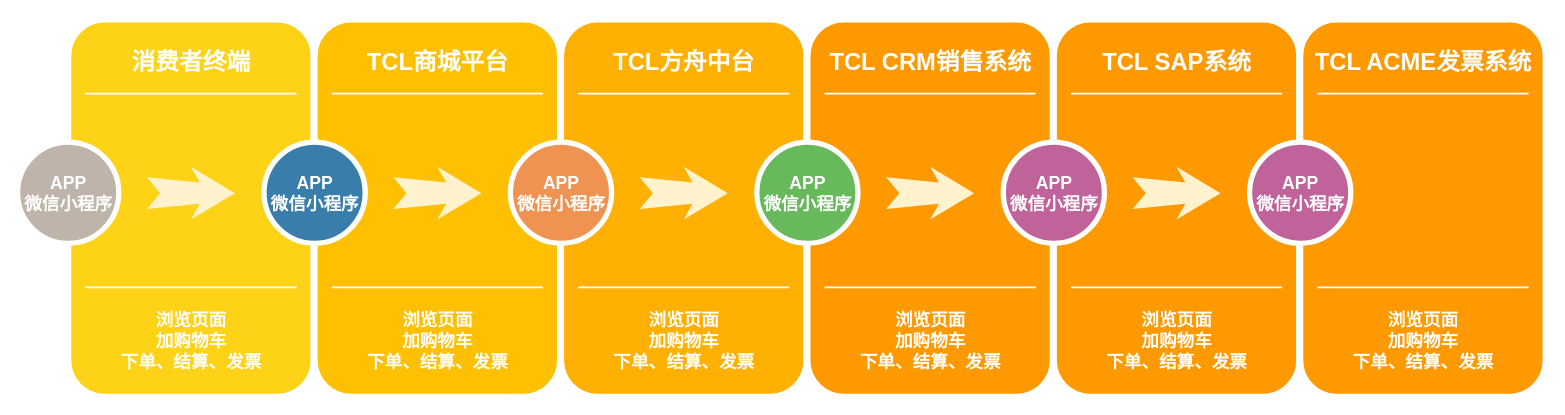
lawplus/diagrams keeps this draw.io diagram as page "Page-1" (1 of 2) of tshop/TCL之家Pro-PIA数据流转图.drawio. Above is the earlier version. Source tidied: cells renumbered, new cells numbered last; positions are measured from the earlier drawing's top-left corner, leaving out a move shared by most shapes. Both pictures are drawn from the tidied source at 88%, with x=0, y=0 at pixel (17, 18).
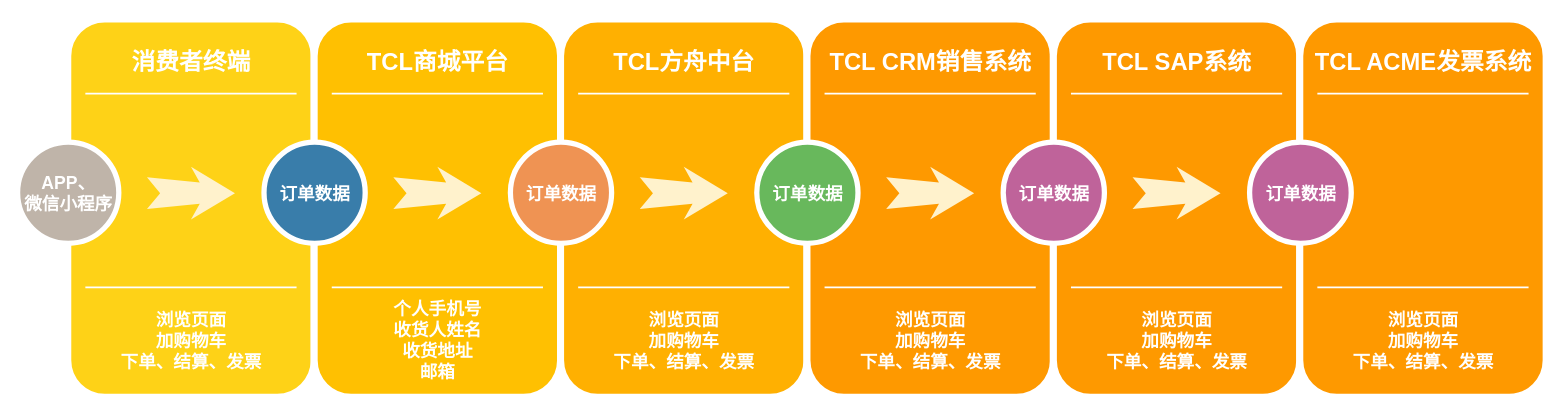
Above is the later version.

Commit message:
Update TCL之家Pro-PIA数据流转图.drawio

What changed in the source:
```diff
@@
-    <mxCell id="7" value="APP&lt;br style=&quot;font-size: 20px;&quot;&gt;微信小程序" style="ellipse;whiteSpace=wrap;html=1;rounded=0;shadow=0;strokeWidth=6;fontSize=20;align=center;fillColor=#BFB4A9;strokeColor=#FFFFFF;fontColor=#FFFFFF;fontStyle=1;" parent="1" vertex="1">
+    <mxCell id="7" value="APP、&lt;br style=&quot;font-size: 20px&quot;&gt;微信小程序" style="ellipse;whiteSpace=wrap;html=1;rounded=0;shadow=0;strokeWidth=6;fontSize=20;align=center;fillColor=#BFB4A9;strokeColor=#FFFFFF;fontColor=#FFFFFF;fontStyle=1;" parent="1" vertex="1">
       <mxGeometry x="0.5" y="140" width="115" height="115" as="geometry" />
     </mxCell>
@@
-    <mxCell id="11" value="&lt;span style=&quot;font-size: 20px ; font-weight: 700&quot;&gt;浏览页面&lt;/span&gt;&lt;div style=&quot;font-size: 20px ; font-weight: 700&quot;&gt;加购物车&lt;/div&gt;&lt;div style=&quot;font-size: 20px ; font-weight: 700&quot;&gt;下单、结算、发票&lt;/div&gt;" style="text;html=1;strokeColor=none;fillColor=none;align=center;verticalAlign=middle;whiteSpace=wrap;rounded=0;shadow=0;fontSize=14;fontColor=#FFFFFF;" parent="1" vertex="1">
+    <mxCell id="11" value="&lt;span style=&quot;font-size: 20px&quot;&gt;&lt;b&gt;个人手机号&lt;br&gt;收货人姓名&lt;br&gt;收货地址&lt;br&gt;邮箱&lt;br&gt;&lt;/b&gt;&lt;/span&gt;" style="text;html=1;strokeColor=none;fillColor=none;align=center;verticalAlign=middle;whiteSpace=wrap;rounded=0;shadow=0;fontSize=14;fontColor=#FFFFFF;" parent="1" vertex="1">
       <mxGeometry x="337.5" y="320" width="280" height="90" as="geometry" />
     </mxCell>
@@
-    <mxCell id="14" value="&lt;span style=&quot;font-size: 20px ; font-weight: 700&quot;&gt;APP&lt;/span&gt;&lt;br style=&quot;font-size: 20px ; font-weight: 700&quot;&gt;&lt;span style=&quot;font-size: 20px ; font-weight: 700&quot;&gt;微信小程序&lt;/span&gt;" style="ellipse;whiteSpace=wrap;html=1;rounded=0;shadow=0;strokeWidth=6;fontSize=14;align=center;fillColor=#397DAA;strokeColor=#FFFFFF;fontColor=#FFFFFF;" parent="1" vertex="1">
+    <mxCell id="14" value="&lt;span style=&quot;font-size: 20px&quot;&gt;&lt;b&gt;订单数据&lt;/b&gt;&lt;/span&gt;" style="ellipse;whiteSpace=wrap;html=1;rounded=0;shadow=0;strokeWidth=6;fontSize=14;align=center;fillColor=#397DAA;strokeColor=#FFFFFF;fontColor=#FFFFFF;" parent="1" vertex="1">
       <mxGeometry x="280.5" y="140" width="115" height="115" as="geometry" />
     </mxCell>
@@
-    <mxCell id="21" value="&lt;span style=&quot;font-size: 20px ; font-weight: 700&quot;&gt;APP&lt;/span&gt;&lt;br style=&quot;font-size: 20px ; font-weight: 700&quot;&gt;&lt;span style=&quot;font-size: 20px ; font-weight: 700&quot;&gt;微信小程序&lt;/span&gt;" style="ellipse;whiteSpace=wrap;html=1;rounded=0;shadow=0;strokeWidth=6;fontSize=14;align=center;fillColor=#EF9353;strokeColor=#FFFFFF;fontColor=#FFFFFF;" parent="1" vertex="1">
+    <mxCell id="21" value="&lt;b style=&quot;font-size: 20px&quot;&gt;订单数据&lt;/b&gt;" style="ellipse;whiteSpace=wrap;html=1;rounded=0;shadow=0;strokeWidth=6;fontSize=14;align=center;fillColor=#EF9353;strokeColor=#FFFFFF;fontColor=#FFFFFF;" parent="1" vertex="1">
       <mxGeometry x="560.5" y="140" width="115" height="115" as="geometry" />
     </mxCell>
@@
-    <mxCell id="28" value="&lt;span style=&quot;font-size: 20px ; font-weight: 700&quot;&gt;APP&lt;/span&gt;&lt;br style=&quot;font-size: 20px ; font-weight: 700&quot;&gt;&lt;span style=&quot;font-size: 20px ; font-weight: 700&quot;&gt;微信小程序&lt;/span&gt;" style="ellipse;whiteSpace=wrap;html=1;rounded=0;shadow=0;strokeWidth=6;fontSize=14;align=center;fillColor=#68B85C;strokeColor=#FFFFFF;fontColor=#FFFFFF;" parent="1" vertex="1">
+    <mxCell id="28" value="&lt;b style=&quot;font-size: 20px&quot;&gt;订单数据&lt;/b&gt;" style="ellipse;whiteSpace=wrap;html=1;rounded=0;shadow=0;strokeWidth=6;fontSize=14;align=center;fillColor=#68B85C;strokeColor=#FFFFFF;fontColor=#FFFFFF;" parent="1" vertex="1">
       <mxGeometry x="840.5" y="140" width="115" height="115" as="geometry" />
     </mxCell>
@@
-    <mxCell id="36" value="&lt;span style=&quot;font-size: 20px ; font-weight: 700&quot;&gt;APP&lt;/span&gt;&lt;br style=&quot;font-size: 20px ; font-weight: 700&quot;&gt;&lt;span style=&quot;font-size: 20px ; font-weight: 700&quot;&gt;微信小程序&lt;/span&gt;" style="ellipse;whiteSpace=wrap;html=1;rounded=0;shadow=0;strokeWidth=6;fontSize=14;align=center;fillColor=#BF639A;strokeColor=#FFFFFF;fontColor=#FFFFFF;" parent="1" vertex="1">
+    <mxCell id="36" value="&lt;b style=&quot;font-size: 20px&quot;&gt;订单数据&lt;/b&gt;" style="ellipse;whiteSpace=wrap;html=1;rounded=0;shadow=0;strokeWidth=6;fontSize=14;align=center;fillColor=#BF639A;strokeColor=#FFFFFF;fontColor=#FFFFFF;" parent="1" vertex="1">
       <mxGeometry x="1120.5" y="140" width="115" height="115" as="geometry" />
     </mxCell>
@@
-    <mxCell id="42" value="&lt;span style=&quot;font-size: 20px ; font-weight: 700&quot;&gt;APP&lt;/span&gt;&lt;br style=&quot;font-size: 20px ; font-weight: 700&quot;&gt;&lt;span style=&quot;font-size: 20px ; font-weight: 700&quot;&gt;微信小程序&lt;/span&gt;" style="ellipse;whiteSpace=wrap;html=1;rounded=0;shadow=0;strokeWidth=6;fontSize=14;align=center;fillColor=#BF639A;strokeColor=#FFFFFF;fontColor=#FFFFFF;" parent="1" vertex="1">
-      <mxGeometry x="1400.5" y="140" width="115" height="115" as="geometry" />
+    <mxCell id="42" value="&lt;b style=&quot;font-size: 20px&quot;&gt;订单数据&lt;/b&gt;" style="ellipse;whiteSpace=wrap;html=1;rounded=0;shadow=0;strokeWidth=6;fontSize=14;align=center;fillColor=#BF639A;strokeColor=#FFFFFF;fontColor=#FFFFFF;" parent="1" vertex="1">
+      <mxGeometry x="1400.5" y="140" width="115.5" height="115" as="geometry" />
     </mxCell>
```
